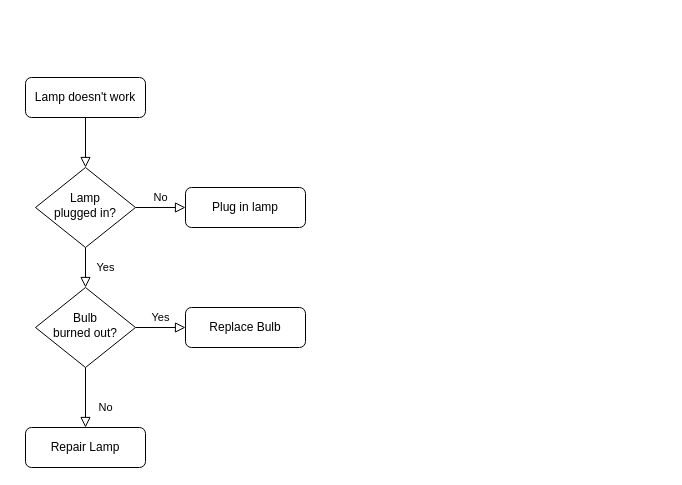
thzaiz/call_ticketing keeps this draw.io diagram as Untitled Diagram.drawio. Above is the earlier version. Source tidied: cells renumbered, new cells numbered last; positions are measured from the earlier drawing's top-left corner, leaving out a move shared by most shapes. Both pictures are drawn from the tidied source at 100%, with x=0, y=0 at pixel (25, 77).
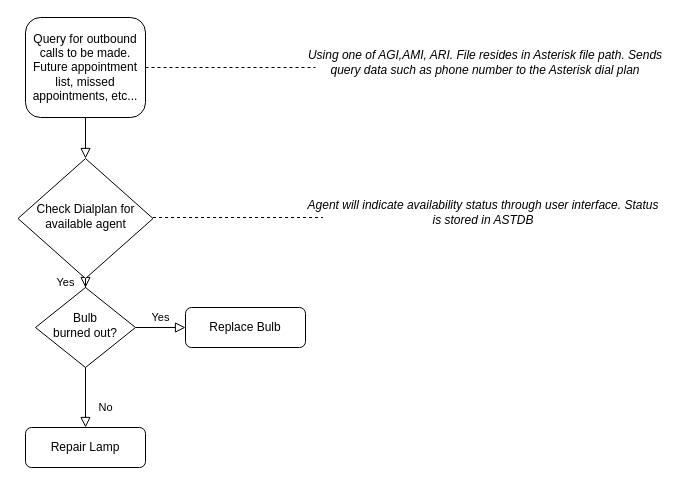
The same page after the edit.

Diff of the diagram source:
```diff
@@
 <mxGraphModel>
   <root>
     <mxCell id="0" />
     <mxCell id="1" parent="0" />
     <mxCell id="2" style="rounded=0;html=1;jettySize=auto;fontSize=11;endArrow=block;endFill=0;endSize=8;strokeWidth=1;shadow=0;labelBackgroundColor=none;edgeStyle=orthogonalEdgeStyle;" parent="1" edge="1" source="3" target="6">
       <mxGeometry relative="1" as="geometry" />
     </mxCell>
-    <mxCell id="3" value="Lamp doesn't work" style="rounded=1;whiteSpace=wrap;html=1;fontSize=12;glass=0;strokeWidth=1;shadow=0;" parent="1" vertex="1">
-      <mxGeometry width="120" height="40" as="geometry" />
+    <mxCell id="3" value="Query for outbound calls to be made. Future appointment list, missed appointments, etc..." style="rounded=1;whiteSpace=wrap;html=1;fontSize=12;glass=0;strokeWidth=1;shadow=0;" parent="1" vertex="1">
+      <mxGeometry y="-60" width="120" height="100" as="geometry" />
     </mxCell>
     <mxCell id="4" value="Yes" style="rounded=0;html=1;jettySize=auto;fontSize=11;endArrow=block;endFill=0;endSize=8;strokeWidth=1;shadow=0;labelBackgroundColor=none;edgeStyle=orthogonalEdgeStyle;" parent="1" edge="1" source="6" target="10">
       <mxGeometry y="20" relative="1" as="geometry" />
     </mxCell>
-    <mxCell id="5" value="No" style="edgeStyle=orthogonalEdgeStyle;rounded=0;html=1;jettySize=auto;fontSize=11;endArrow=block;endFill=0;endSize=8;strokeWidth=1;shadow=0;labelBackgroundColor=none;" parent="1" edge="1" source="6" target="7">
-      <mxGeometry y="10" relative="1" as="geometry" />
-    </mxCell>
-    <mxCell id="6" value="Lamp&lt;br&gt;plugged in?" style="rhombus;whiteSpace=wrap;html=1;shadow=0;fontFamily=Helvetica;fontSize=12;align=center;strokeWidth=1;spacing=6;spacingTop=-4;" parent="1" vertex="1">
-      <mxGeometry x="10" y="90" width="100" height="80" as="geometry" />
+    <mxCell id="6" value="Check Dialplan for&lt;br&gt;available agent" style="rhombus;whiteSpace=wrap;html=1;shadow=0;fontFamily=Helvetica;fontSize=12;align=center;strokeWidth=1;spacing=6;spacingTop=-4;" parent="1" vertex="1">
+      <mxGeometry x="-7.5" y="81" width="135" height="120" as="geometry" />
     </mxCell>
-    <mxCell id="7" value="Plug in lamp" style="rounded=1;whiteSpace=wrap;html=1;fontSize=12;glass=0;strokeWidth=1;shadow=0;" parent="1" vertex="1">
-      <mxGeometry x="160" y="110" width="120" height="40" as="geometry" />
-    </mxCell>
     <mxCell id="8" value="No" style="rounded=0;html=1;jettySize=auto;fontSize=11;endArrow=block;endFill=0;endSize=8;strokeWidth=1;shadow=0;labelBackgroundColor=none;edgeStyle=orthogonalEdgeStyle;" parent="1" edge="1" source="10" target="11">
       <mxGeometry x="0.33" y="20" relative="1" as="geometry" />
     </mxCell>
     <mxCell id="9" value="Yes" style="edgeStyle=orthogonalEdgeStyle;rounded=0;html=1;jettySize=auto;fontSize=11;endArrow=block;endFill=0;endSize=8;strokeWidth=1;shadow=0;labelBackgroundColor=none;" parent="1" edge="1" source="10" target="12">
       <mxGeometry y="10" relative="1" as="geometry" />
     </mxCell>
     <mxCell id="10" value="Bulb&lt;br&gt;burned out?" style="rhombus;whiteSpace=wrap;html=1;shadow=0;fontFamily=Helvetica;fontSize=12;align=center;strokeWidth=1;spacing=6;spacingTop=-4;" parent="1" vertex="1">
       <mxGeometry x="10" y="210" width="100" height="80" as="geometry" />
     </mxCell>
     <mxCell id="11" value="Repair Lamp" style="rounded=1;whiteSpace=wrap;html=1;fontSize=12;glass=0;strokeWidth=1;shadow=0;" parent="1" vertex="1">
       <mxGeometry y="350" width="120" height="40" as="geometry" />
     </mxCell>
     <mxCell id="12" value="Replace Bulb" style="rounded=1;whiteSpace=wrap;html=1;fontSize=12;glass=0;strokeWidth=1;shadow=0;" parent="1" vertex="1">
       <mxGeometry x="160" y="230" width="120" height="40" as="geometry" />
     </mxCell>
+    <mxCell id="13" style="endArrow=none;dashed=1;html=1;rounded=0;exitX=1;exitY=0.5;exitDx=0;exitDy=0;" parent="1" edge="1" source="3">
+      <mxGeometry relative="1" as="geometry">
+        <mxPoint x="290" y="-10" as="targetPoint" />
+      </mxGeometry>
+    </mxCell>
+    <mxCell id="14" value="&lt;i&gt;Using one of AGI,AMI, ARI. File resides in Asterisk file path. Sends query data such as phone number to the Asterisk dial plan&lt;/i&gt;&lt;br&gt;" style="text;html=1;strokeColor=none;fillColor=none;align=center;verticalAlign=middle;whiteSpace=wrap;rounded=0;" parent="1" vertex="1">
+      <mxGeometry x="280" y="-30" width="360" height="30" as="geometry" />
+    </mxCell>
+    <mxCell id="15" style="endArrow=none;dashed=1;html=1;rounded=0;exitX=1;exitY=0.5;exitDx=0;exitDy=0;" parent="1" edge="1">
+      <mxGeometry relative="1" as="geometry">
+        <mxPoint x="127.5" y="140" as="sourcePoint" />
+        <mxPoint x="297.5" y="140" as="targetPoint" />
+      </mxGeometry>
+    </mxCell>
+    <mxCell id="16" value="&lt;i&gt;Agent will&amp;nbsp;indicate&amp;nbsp;availability status through user interface. Status is stored in ASTDB&lt;/i&gt;" style="text;html=1;strokeColor=none;fillColor=none;align=center;verticalAlign=middle;whiteSpace=wrap;rounded=0;" parent="1" vertex="1">
+      <mxGeometry x="277.5" y="120" width="360" height="30" as="geometry" />
+    </mxCell>
   </root>
 </mxGraphModel>
```
